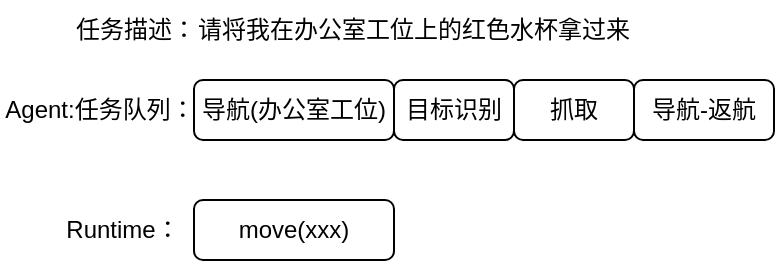
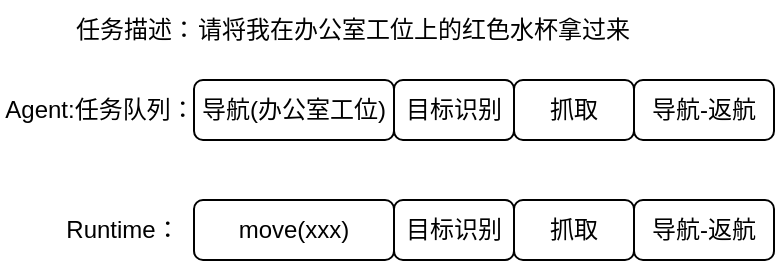
<mxfile host="app.diagrams.net">
  <diagram name="第 1 页" id="AqDmRzZVIJ-5uyctXJOA">
    <mxGraphModel dx="656" dy="360" grid="1" gridSize="10" guides="1" tooltips="1" connect="1" arrows="1" fold="1" page="1" pageScale="1" pageWidth="2339" pageHeight="3300" math="0" shadow="0">
      <root>
        <mxCell id="0" />
        <mxCell id="1" parent="0" />
        <mxCell id="TX6EBbOIm9mCNyf-wsjQ-1" parent="1" style="rounded=1;whiteSpace=wrap;html=1;" value="导航(办公室工位)" vertex="1">
          <mxGeometry height="30" width="100" x="120" y="370" as="geometry" />
        </mxCell>
        <mxCell id="TX6EBbOIm9mCNyf-wsjQ-2" parent="1" style="text;html=1;whiteSpace=wrap;strokeColor=none;fillColor=none;align=center;verticalAlign=middle;rounded=0;" value="Agent:任务队列：" vertex="1">
          <mxGeometry height="30" width="100" x="23" y="370" as="geometry" />
        </mxCell>
        <mxCell id="TX6EBbOIm9mCNyf-wsjQ-3" parent="1" style="text;html=1;whiteSpace=wrap;strokeColor=none;fillColor=none;align=center;verticalAlign=middle;rounded=0;" value="任务描述：" vertex="1">
          <mxGeometry height="30" width="70" x="56" y="330" as="geometry" />
        </mxCell>
        <mxCell id="TX6EBbOIm9mCNyf-wsjQ-4" parent="1" style="text;html=1;whiteSpace=wrap;strokeColor=none;fillColor=none;align=center;verticalAlign=middle;rounded=0;" value="请将我在办公室工位上的红色水杯拿过来" vertex="1">
          <mxGeometry height="30" width="220" x="120" y="330" as="geometry" />
        </mxCell>
        <mxCell id="TX6EBbOIm9mCNyf-wsjQ-5" parent="1" style="rounded=1;whiteSpace=wrap;html=1;" value="目标识别" vertex="1">
          <mxGeometry height="30" width="60" x="220" y="370" as="geometry" />
        </mxCell>
        <mxCell id="TX6EBbOIm9mCNyf-wsjQ-6" parent="1" style="rounded=1;whiteSpace=wrap;html=1;" value="抓取" vertex="1">
          <mxGeometry height="30" width="60" x="280" y="370" as="geometry" />
        </mxCell>
        <mxCell id="TX6EBbOIm9mCNyf-wsjQ-7" parent="1" style="rounded=1;whiteSpace=wrap;html=1;" value="导航-返航" vertex="1">
          <mxGeometry height="30" width="70" x="340" y="370" as="geometry" />
        </mxCell>
        <mxCell id="TX6EBbOIm9mCNyf-wsjQ-8" parent="1" style="text;html=1;whiteSpace=wrap;strokeColor=none;fillColor=none;align=center;verticalAlign=middle;rounded=0;" value="Runtime：" vertex="1">
          <mxGeometry height="30" width="57" x="56" y="430" as="geometry" />
        </mxCell>
-         <mxCell id="TX6EBbOIm9mCNyf-wsjQ-9" parent="1" style="rounded=1;whiteSpace=wrap;html=1;" value="move(xxx)" vertex="1">
+         <mxCell id="TX6EBbOIm9mCNyf-wsjQ-11" parent="1" style="rounded=1;whiteSpace=wrap;html=1;" value="move(xxx)" vertex="1">
          <mxGeometry height="30" width="100" x="120" y="430" as="geometry" />
+         </mxCell>
+         <mxCell id="TX6EBbOIm9mCNyf-wsjQ-12" parent="1" style="rounded=1;whiteSpace=wrap;html=1;" value="目标识别" vertex="1">
+           <mxGeometry height="30" width="60" x="220" y="430" as="geometry" />
+         </mxCell>
+         <mxCell id="TX6EBbOIm9mCNyf-wsjQ-13" parent="1" style="rounded=1;whiteSpace=wrap;html=1;" value="抓取" vertex="1">
+           <mxGeometry height="30" width="60" x="280" y="430" as="geometry" />
+         </mxCell>
+         <mxCell id="TX6EBbOIm9mCNyf-wsjQ-14" parent="1" style="rounded=1;whiteSpace=wrap;html=1;" value="导航-返航" vertex="1">
+           <mxGeometry height="30" width="70" x="340" y="430" as="geometry" />
        </mxCell>
      </root>
    </mxGraphModel>
  </diagram>
</mxfile>
